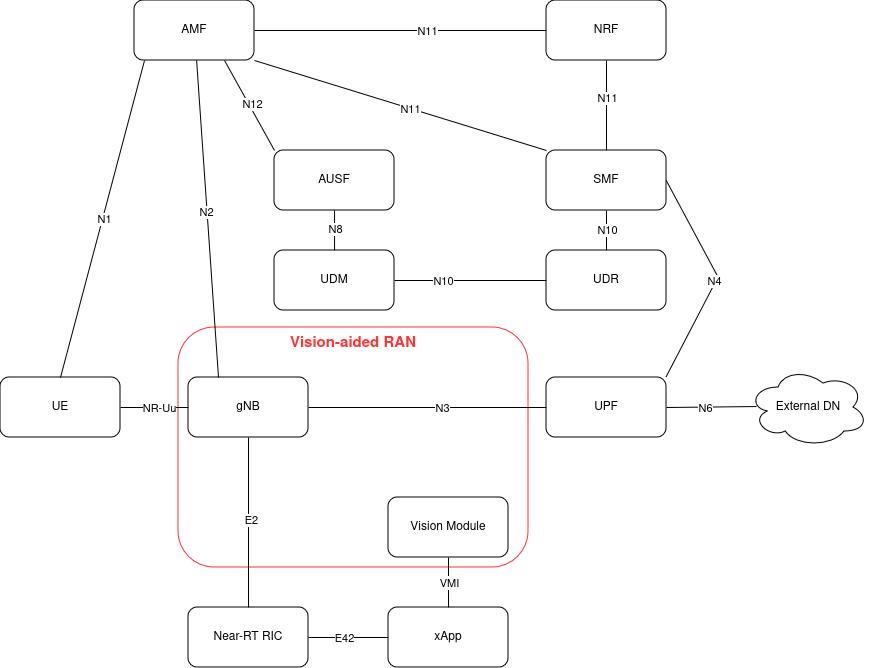
This is figures/Syst_Arch.drawio.png from Carol5798/diss_doc, a draw.io export, as it was before one commit. Source tidied: cells renumbered, new cells last; positions are measured from the earlier drawing's top-left corner, leaving out a move shared by most shapes.
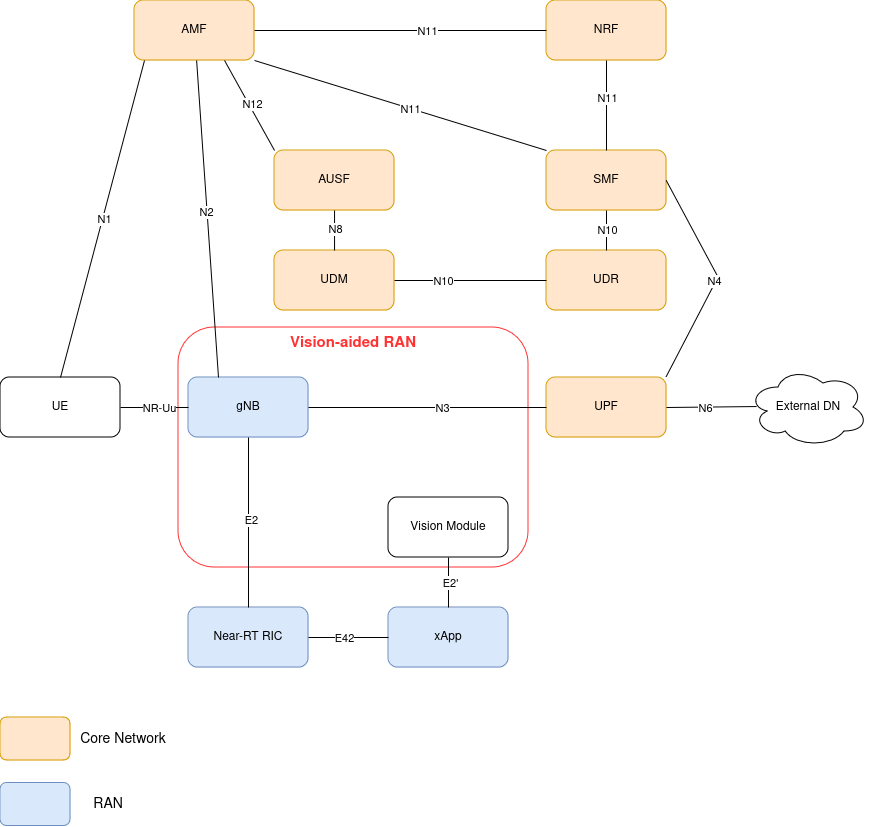
After the change.

What changed in the source:
```diff
@@ -5,25 +5,25 @@
     <mxCell id="2" style="rounded=1;whiteSpace=wrap;html=1;fillColor=#FFFFFF;strokeColor=#FF3333;" parent="1" vertex="1">
       <mxGeometry x="178" y="327" width="350" height="240" as="geometry" />
     </mxCell>
-    <mxCell id="3" value="AMF" style="rounded=1;whiteSpace=wrap;html=1;" parent="1" vertex="1">
+    <mxCell id="3" value="AMF" style="rounded=1;whiteSpace=wrap;html=1;fillColor=#ffe6cc;strokeColor=#d79b00;" parent="1" vertex="1">
       <mxGeometry x="134.1" width="120" height="60" as="geometry" />
     </mxCell>
-    <mxCell id="4" value="SMF" style="rounded=1;whiteSpace=wrap;html=1;" parent="1" vertex="1">
+    <mxCell id="4" value="SMF" style="rounded=1;whiteSpace=wrap;html=1;fillColor=#ffe6cc;strokeColor=#d79b00;" parent="1" vertex="1">
       <mxGeometry x="546" y="150" width="120" height="60" as="geometry" />
     </mxCell>
-    <mxCell id="5" value="gNB" style="rounded=1;whiteSpace=wrap;html=1;" parent="1" vertex="1">
+    <mxCell id="5" value="gNB" style="rounded=1;whiteSpace=wrap;html=1;fillColor=#dae8fc;strokeColor=#6c8ebf;" parent="1" vertex="1">
       <mxGeometry x="188" y="377" width="120" height="60" as="geometry" />
     </mxCell>
     <mxCell id="6" value="UE" style="rounded=1;whiteSpace=wrap;html=1;" parent="1" vertex="1">
       <mxGeometry y="377" width="120" height="60" as="geometry" />
     </mxCell>
-    <mxCell id="7" value="UPF" style="rounded=1;whiteSpace=wrap;html=1;" parent="1" vertex="1">
+    <mxCell id="7" value="UPF" style="rounded=1;whiteSpace=wrap;html=1;fillColor=#ffe6cc;strokeColor=#d79b00;" parent="1" vertex="1">
       <mxGeometry x="546" y="377" width="120" height="60" as="geometry" />
     </mxCell>
-    <mxCell id="8" value="Near-RT RIC" style="rounded=1;whiteSpace=wrap;html=1;" parent="1" vertex="1">
+    <mxCell id="8" value="Near-RT RIC" style="rounded=1;whiteSpace=wrap;html=1;fillColor=#dae8fc;strokeColor=#6c8ebf;" parent="1" vertex="1">
       <mxGeometry x="188" y="607" width="120" height="60" as="geometry" />
     </mxCell>
-    <mxCell id="9" value="xApp" style="rounded=1;whiteSpace=wrap;html=1;" parent="1" vertex="1">
+    <mxCell id="9" value="xApp" style="rounded=1;whiteSpace=wrap;html=1;fillColor=#dae8fc;strokeColor=#6c8ebf;" parent="1" vertex="1">
       <mxGeometry x="388" y="607" width="120" height="60" as="geometry" />
     </mxCell>
     <mxCell id="10" value="Vision Module" style="rounded=1;whiteSpace=wrap;html=1;" parent="1" vertex="1">
@@ -78,25 +78,25 @@
     <mxCell id="25" value="I" style="edgeLabel;html=1;align=center;verticalAlign=middle;" parent="24" vertex="1">
       <mxGeometry x="0.04" y="1" relative="1" as="geometry" />
     </mxCell>
-    <mxCell id="26" value="VMI" style="edgeLabel;html=1;align=center;verticalAlign=middle;" parent="24" vertex="1">
-      <mxGeometry relative="1" as="geometry" />
-    </mxCell>
+    <mxCell id="50" value="E2'" style="edgeLabel;html=1;align=center;verticalAlign=middle;fontSize=11;" parent="24" vertex="1">
+      <mxGeometry y="-1" relative="1" as="geometry" />
+    </mxCell>
     <mxCell id="27" style="endArrow=none;html=1;rounded=0;exitX=0.5;exitY=0;exitDx=0;exitDy=0;entryX=0.083;entryY=1;entryDx=0;entryDy=0;entryPerimeter=0;" parent="1" edge="1" source="6" target="3">
       <mxGeometry relative="1" as="geometry" />
     </mxCell>
     <mxCell id="28" value="N1" style="edgeLabel;html=1;align=center;verticalAlign=middle;" parent="27" vertex="1">
       <mxGeometry y="-2" relative="1" as="geometry" />
     </mxCell>
-    <mxCell id="29" value="UDM" style="rounded=1;whiteSpace=wrap;html=1;" parent="1" vertex="1">
+    <mxCell id="29" value="UDM" style="rounded=1;whiteSpace=wrap;html=1;fillColor=#ffe6cc;strokeColor=#d79b00;" parent="1" vertex="1">
       <mxGeometry x="274.1" y="250" width="120" height="60" as="geometry" />
     </mxCell>
-    <mxCell id="30" value="UDR" style="rounded=1;whiteSpace=wrap;html=1;" parent="1" vertex="1">
+    <mxCell id="30" value="UDR" style="rounded=1;whiteSpace=wrap;html=1;fillColor=#ffe6cc;strokeColor=#d79b00;" parent="1" vertex="1">
       <mxGeometry x="546" y="250" width="120" height="60" as="geometry" />
     </mxCell>
-    <mxCell id="31" value="NRF" style="rounded=1;whiteSpace=wrap;html=1;" parent="1" vertex="1">
+    <mxCell id="31" value="NRF" style="rounded=1;whiteSpace=wrap;html=1;fillColor=#ffe6cc;strokeColor=#d79b00;" parent="1" vertex="1">
       <mxGeometry x="546" width="120" height="60" as="geometry" />
     </mxCell>
-    <mxCell id="32" value="AUSF" style="rounded=1;whiteSpace=wrap;html=1;" parent="1" vertex="1">
+    <mxCell id="32" value="AUSF" style="rounded=1;whiteSpace=wrap;html=1;fillColor=#ffe6cc;strokeColor=#d79b00;" parent="1" vertex="1">
       <mxGeometry x="274.1" y="150" width="120" height="60" as="geometry" />
     </mxCell>
     <mxCell id="33" style="endArrow=none;html=1;rounded=0;entryX=0.5;entryY=1;entryDx=0;entryDy=0;exitX=0.5;exitY=0;exitDx=0;exitDy=0;" parent="1" edge="1" source="4" target="31">
@@ -162,5 +162,17 @@
     <mxCell id="49" value="Vision-aided RAN" style="text;html=1;align=center;verticalAlign=middle;whiteSpace=wrap;rounded=0;fontColor=#FF3333;fontSize=15;fontStyle=1;" parent="1" vertex="1">
       <mxGeometry x="288" y="328" width="130" height="30" as="geometry" />
     </mxCell>
+    <mxCell id="51" style="rounded=1;whiteSpace=wrap;html=1;fillColor=#ffe6cc;strokeColor=#d79b00;" parent="1" vertex="1">
+      <mxGeometry y="717" width="70" height="43" as="geometry" />
+    </mxCell>
+    <mxCell id="52" value="RAN" style="text;html=1;align=center;verticalAlign=middle;whiteSpace=wrap;rounded=0;fontSize=14;" parent="1" vertex="1">
+      <mxGeometry x="78" y="789" width="60" height="30" as="geometry" />
+    </mxCell>
+    <mxCell id="53" value="Core Network" style="text;html=1;align=center;verticalAlign=middle;whiteSpace=wrap;rounded=0;fontSize=14;" parent="1" vertex="1">
+      <mxGeometry x="78" y="723.5" width="90" height="30" as="geometry" />
+    </mxCell>
+    <mxCell id="54" style="rounded=1;whiteSpace=wrap;html=1;fillColor=#dae8fc;strokeColor=#6c8ebf;" parent="1" vertex="1">
+      <mxGeometry y="782.5" width="70" height="43" as="geometry" />
+    </mxCell>
   </root>
 </mxGraphModel>
```
